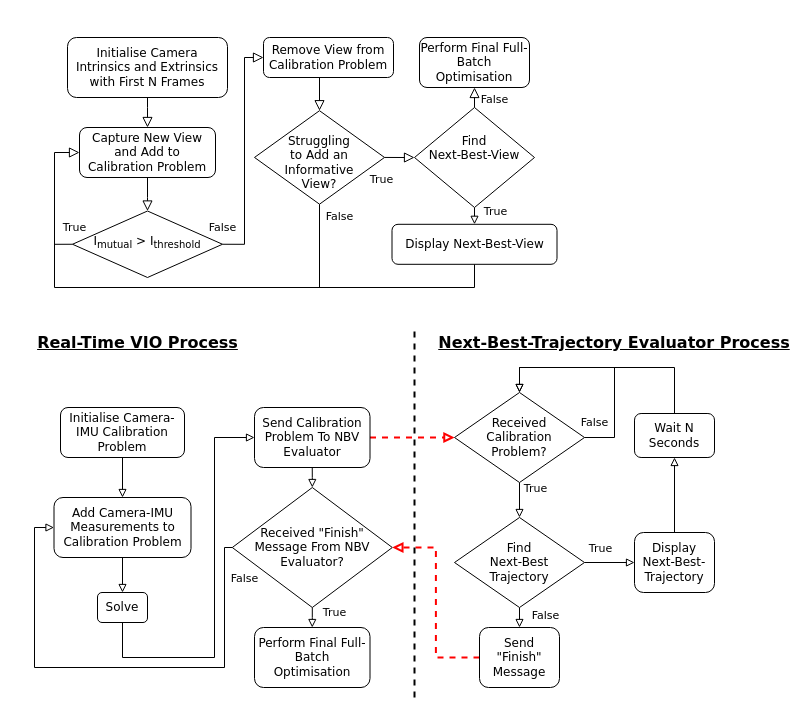
This is page "Page-1" (1 of 2) of docs/yac_pipeline.drawio from chutsu/yac, a draw.io file, before an edit. Source tidied: cells renumbered, new cells numbered last; positions are measured from the earlier drawing's top-left corner, leaving out a move shared by most shapes. Both pictures are drawn from the tidied source at 100%, with x=0, y=0 at pixel (34, 37).
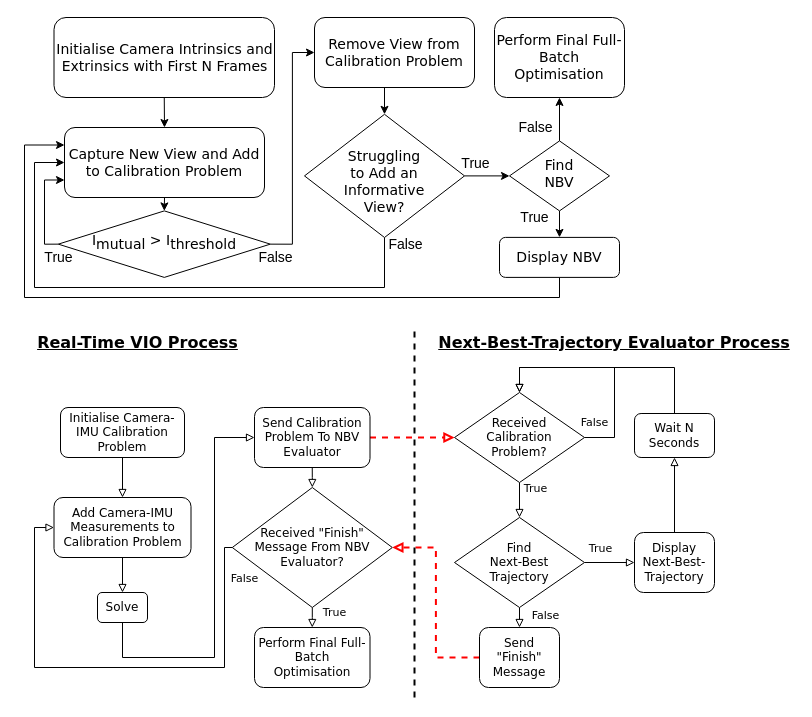
The same diagram, later.

What changed in the source:
```diff
@@
+    <mxCell id="14" style="edgeStyle=orthogonalEdgeStyle;rounded=0;jettySize=auto;html=1;exitX=0.5;exitY=1;exitDx=0;exitDy=0;entryX=0.5;entryY=0;entryDx=0;entryDy=0;strokeColor=#000000;strokeWidth=1;fontSize=14;endArrow=classic;endFill=1;" parent="1" edge="1" source="2" target="7">
+      <mxGeometry relative="1" as="geometry" />
+    </mxCell>
-    <mxCell id="2" value="&lt;font face=&quot;Verdana&quot;&gt;Initialise Camera Intrinsics and Extrinsics with First N Frames&lt;/font&gt;" style="rounded=1;whiteSpace=wrap;html=1;fontSize=12;glass=0;strokeWidth=1;shadow=0;" parent="1" vertex="1">
-      <mxGeometry x="33" width="160" height="60" as="geometry" />
+    <mxCell id="2" value="&lt;font style=&quot;font-size: 14px;&quot; face=&quot;Verdana&quot;&gt;Initialise Camera Intrinsics and Extrinsics with First N Frames&lt;/font&gt;" style="rounded=1;whiteSpace=wrap;html=1;fontSize=14;glass=0;strokeWidth=1;shadow=0;" parent="1" vertex="1">
+      <mxGeometry x="19.5" y="-20" width="220.5" height="80" as="geometry" />
     </mxCell>
+    <mxCell id="13" style="edgeStyle=orthogonalEdgeStyle;rounded=0;jettySize=auto;html=1;exitX=0;exitY=0.5;exitDx=0;exitDy=0;entryX=0;entryY=0.75;entryDx=0;entryDy=0;strokeColor=#000000;strokeWidth=1;fontSize=14;endArrow=classic;endFill=1;" parent="1" edge="1" source="4" target="7">
+      <mxGeometry relative="1" as="geometry">
+        <Array as="points">
+          <mxPoint x="10" y="207" />
+          <mxPoint x="10" y="143" />
+        </Array>
+      </mxGeometry>
+    </mxCell>
+    <mxCell id="56" value="False" style="edgeLabel;html=1;align=center;verticalAlign=middle;fontSize=14;" parent="13" vertex="1">
+      <mxGeometry x="-0.45" y="1" relative="1" as="geometry">
+        <mxPoint x="231" y="26" as="offset" />
+      </mxGeometry>
+    </mxCell>
-    <mxCell id="3" value="&lt;font face=&quot;Verdana&quot;&gt;False&lt;/font&gt;" style="edgeStyle=orthogonalEdgeStyle;rounded=0;html=1;jettySize=auto;fontSize=11;endArrow=block;endFill=0;endSize=8;strokeWidth=1;shadow=0;labelBackgroundColor=none;exitX=1;exitY=0.5;exitDx=0;exitDy=0;entryX=0;entryY=0.5;entryDx=0;entryDy=0;" parent="1" edge="1" source="4" target="5">
-      <mxGeometry x="-1" y="17" relative="1" as="geometry">
-        <Array as="points">
-          <mxPoint x="210" y="207" />
-          <mxPoint x="210" y="20" />
-        </Array>
-      </mxGeometry>
+    <mxCell id="3" style="edgeStyle=orthogonalEdgeStyle;rounded=0;jettySize=auto;html=1;exitX=1;exitY=0.5;exitDx=0;exitDy=0;entryX=0;entryY=0.5;entryDx=0;entryDy=0;strokeColor=#000000;strokeWidth=1;fontSize=14;endArrow=classic;endFill=1;" parent="1" edge="1" source="4" target="5">
+      <mxGeometry relative="1" as="geometry" />
     </mxCell>
+    <mxCell id="57" value="True" style="edgeLabel;html=1;align=center;verticalAlign=middle;fontSize=14;" parent="3" vertex="1">
+      <mxGeometry x="-0.63" y="1" relative="1" as="geometry">
+        <mxPoint x="-233" y="35" as="offset" />
+      </mxGeometry>
+    </mxCell>
-    <mxCell id="4" value="&lt;div&gt;&lt;font face=&quot;Verdana&quot;&gt;I&lt;sub&gt;mutual&lt;/sub&gt; &amp;gt; I&lt;sub&gt;threshold&lt;/sub&gt;&lt;/font&gt;&lt;/div&gt;" style="rhombus;whiteSpace=wrap;html=1;shadow=0;fontFamily=Helvetica;fontSize=12;align=center;strokeWidth=1;spacing=6;spacingTop=-4;" parent="1" vertex="1">
-      <mxGeometry x="38" y="173.5" width="150" height="66.5" as="geometry" />
+    <mxCell id="4" value="&lt;div style=&quot;font-size: 14px;&quot;&gt;&lt;font style=&quot;font-size: 14px;&quot; face=&quot;Verdana&quot;&gt;I&lt;sub style=&quot;font-size: 14px;&quot;&gt;mutual&lt;/sub&gt; &amp;gt; I&lt;sub style=&quot;font-size: 14px;&quot;&gt;threshold&lt;/sub&gt;&lt;/font&gt;&lt;/div&gt;" style="rhombus;whiteSpace=wrap;html=1;shadow=0;fontFamily=Helvetica;fontSize=14;align=center;strokeWidth=1;spacing=6;spacingTop=-4;" parent="1" vertex="1">
+      <mxGeometry x="23.8" y="173.4" width="212" height="66.5" as="geometry" />
     </mxCell>
+    <mxCell id="16" style="edgeStyle=orthogonalEdgeStyle;rounded=0;jettySize=auto;html=1;exitX=0.5;exitY=1;exitDx=0;exitDy=0;entryX=0.5;entryY=0;entryDx=0;entryDy=0;strokeColor=#000000;strokeWidth=1;fontSize=14;endArrow=classic;endFill=1;" parent="1" edge="1" source="5" target="18">
+      <mxGeometry relative="1" as="geometry" />
+    </mxCell>
-    <mxCell id="5" value="&lt;font face=&quot;Verdana&quot;&gt;Remove View from Calibration Problem&lt;/font&gt;" style="rounded=1;whiteSpace=wrap;html=1;fontSize=12;glass=0;strokeWidth=1;shadow=0;" parent="1" vertex="1">
-      <mxGeometry x="229" width="130" height="40" as="geometry" />
+    <mxCell id="5" value="&lt;font style=&quot;font-size: 14px;&quot; face=&quot;Verdana&quot;&gt;Remove View from Calibration Problem&lt;/font&gt;" style="rounded=1;whiteSpace=wrap;html=1;fontSize=14;glass=0;strokeWidth=1;shadow=0;" parent="1" vertex="1">
+      <mxGeometry x="280" y="-20" width="160" height="70" as="geometry" />
     </mxCell>
-    <mxCell id="6" value="Perform Final Full-Batch Optimisation" style="rounded=1;whiteSpace=wrap;html=1;fontSize=12;glass=0;strokeWidth=1;shadow=0;fontFamily=Verdana;" parent="1" vertex="1">
-      <mxGeometry x="385" width="110" height="50" as="geometry" />
+    <mxCell id="6" value="Perform Final Full-Batch Optimisation" style="rounded=1;whiteSpace=wrap;html=1;fontSize=14;glass=0;strokeWidth=1;shadow=0;fontFamily=Verdana;" parent="1" vertex="1">
+      <mxGeometry x="460" y="-20" width="130" height="80" as="geometry" />
     </mxCell>
+    <mxCell id="15" style="edgeStyle=orthogonalEdgeStyle;rounded=0;jettySize=auto;html=1;exitX=0.5;exitY=1;exitDx=0;exitDy=0;entryX=0.5;entryY=0;entryDx=0;entryDy=0;strokeColor=#000000;strokeWidth=1;fontSize=14;endArrow=classic;endFill=1;" parent="1" edge="1" source="7" target="4">
+      <mxGeometry relative="1" as="geometry" />
+    </mxCell>
-    <mxCell id="7" value="&lt;font face=&quot;Verdana&quot;&gt;Capture New View and Add to Calibration Problem&lt;/font&gt;" style="rounded=1;whiteSpace=wrap;html=1;fontSize=12;glass=0;strokeWidth=1;shadow=0;" parent="1" vertex="1">
-      <mxGeometry x="45" y="90" width="136" height="50" as="geometry" />
+    <mxCell id="7" value="&lt;font style=&quot;font-size: 14px;&quot; face=&quot;Verdana&quot;&gt;Capture New View and Add to Calibration Problem&lt;/font&gt;" style="rounded=1;whiteSpace=wrap;html=1;fontSize=14;glass=0;strokeWidth=1;shadow=0;" parent="1" vertex="1">
+      <mxGeometry x="30" y="90" width="200" height="70" as="geometry" />
     </mxCell>
-    <mxCell id="8" style="edgeStyle=orthogonalEdgeStyle;rounded=0;jettySize=auto;html=1;exitX=0.5;exitY=1;exitDx=0;exitDy=0;fontFamily=Verdana;endArrow=none;endFill=0;" parent="1" edge="1" source="9">
-      <mxGeometry relative="1" as="geometry">
-        <mxPoint x="270" y="250" as="targetPoint" />
-        <Array as="points">
-          <mxPoint x="440" y="250" />
-        </Array>
-      </mxGeometry>
-    </mxCell>
+    <mxCell id="58" style="edgeStyle=orthogonalEdgeStyle;rounded=0;jettySize=auto;html=1;exitX=0.5;exitY=1;exitDx=0;exitDy=0;strokeColor=#000000;strokeWidth=1;fontSize=14;endArrow=classic;endFill=1;entryX=0;entryY=0.25;entryDx=0;entryDy=0;" parent="1" edge="1" source="9" target="7">
+      <mxGeometry relative="1" as="geometry">
+        <Array as="points">
+          <mxPoint x="525" y="260" />
+          <mxPoint x="-10" y="260" />
+          <mxPoint x="-10" y="108" />
+        </Array>
+      </mxGeometry>
+    </mxCell>
-    <mxCell id="9" value="Display Next-Best-View" style="rounded=1;whiteSpace=wrap;html=1;fontSize=12;glass=0;strokeWidth=1;shadow=0;fontFamily=Verdana;" parent="1" vertex="1">
-      <mxGeometry x="357.5" y="186.8" width="165" height="40" as="geometry" />
+    <mxCell id="9" value="Display NBV" style="rounded=1;whiteSpace=wrap;html=1;fontSize=14;glass=0;strokeWidth=1;shadow=0;fontFamily=Verdana;" parent="1" vertex="1">
+      <mxGeometry x="465" y="199.9" width="120" height="40" as="geometry" />
     </mxCell>
+    <mxCell id="17" style="edgeStyle=orthogonalEdgeStyle;rounded=0;jettySize=auto;html=1;exitX=0.5;exitY=0;exitDx=0;exitDy=0;entryX=0.5;entryY=1;entryDx=0;entryDy=0;strokeColor=#000000;strokeWidth=1;fontSize=14;endArrow=classic;endFill=1;" parent="1" edge="1" source="12" target="6">
+      <mxGeometry relative="1" as="geometry" />
+    </mxCell>
+    <mxCell id="59" value="False" style="edgeLabel;html=1;align=center;verticalAlign=middle;fontSize=14;" parent="17" vertex="1">
+      <mxGeometry x="0.74" y="-3" relative="1" as="geometry">
+        <mxPoint x="-28" y="24" as="offset" />
+      </mxGeometry>
+    </mxCell>
-    <mxCell id="10" style="edgeStyle=orthogonalEdgeStyle;rounded=0;jettySize=auto;html=1;exitX=0.5;exitY=1;exitDx=0;exitDy=0;fontFamily=Verdana;endArrow=block;endFill=0;entryX=0.5;entryY=0;entryDx=0;entryDy=0;" parent="1" edge="1" source="12" target="9">
+    <mxCell id="10" style="edgeStyle=orthogonalEdgeStyle;rounded=0;jettySize=auto;html=1;exitX=0.5;exitY=1;exitDx=0;exitDy=0;entryX=0.5;entryY=0;entryDx=0;entryDy=0;strokeColor=#000000;strokeWidth=1;fontSize=14;endArrow=classic;endFill=1;" parent="1" edge="1" source="12" target="9">
       <mxGeometry relative="1" as="geometry" />
     </mxCell>
-    <mxCell id="11" value="True" style="edgeLabel;html=1;align=center;verticalAlign=middle;fontFamily=Verdana;" parent="10" vertex="1">
-      <mxGeometry x="-0.39" relative="1" as="geometry">
-        <mxPoint x="20" y="-2" as="offset" />
-      </mxGeometry>
-    </mxCell>
-    <mxCell id="12" value="&lt;div&gt;Find &lt;br&gt;&lt;/div&gt;&lt;div&gt;Next-Best-View&lt;/div&gt;&lt;div&gt;&lt;br&gt;&lt;/div&gt;" style="rhombus;whiteSpace=wrap;html=1;shadow=0;fontFamily=Verdana;fontSize=12;align=center;strokeWidth=1;spacing=6;spacingTop=-4;" parent="1" vertex="1">
-      <mxGeometry x="380" y="70" width="120" height="100" as="geometry" />
+    <mxCell id="12" value="&lt;div&gt;&lt;br&gt;&lt;/div&gt;&lt;div style=&quot;font-size: 14px;&quot;&gt;Find &lt;br style=&quot;font-size: 14px;&quot;&gt;&lt;/div&gt;&lt;div style=&quot;font-size: 14px;&quot;&gt;NBV&lt;/div&gt;&lt;div style=&quot;font-size: 14px;&quot;&gt;&lt;br style=&quot;font-size: 14px;&quot;&gt;&lt;/div&gt;" style="rhombus;whiteSpace=wrap;html=1;shadow=0;fontFamily=Verdana;fontSize=14;align=center;strokeWidth=1;spacing=6;spacingTop=-4;" parent="1" vertex="1">
+      <mxGeometry x="475" y="103.4" width="100" height="70" as="geometry" />
     </mxCell>
-    <mxCell id="13" value="&lt;font face=&quot;Verdana&quot;&gt;True&lt;/font&gt;" style="edgeStyle=orthogonalEdgeStyle;rounded=0;html=1;jettySize=auto;fontSize=11;endArrow=block;endFill=0;endSize=8;strokeWidth=1;shadow=0;labelBackgroundColor=none;entryX=0;entryY=0.5;entryDx=0;entryDy=0;exitX=0;exitY=0.5;exitDx=0;exitDy=0;" parent="1" edge="1" source="4" target="7">
-      <mxGeometry x="-1" y="-17" relative="1" as="geometry">
-        <Array as="points">
-          <mxPoint x="20" y="207" />
-          <mxPoint x="20" y="115" />
-        </Array>
-        <mxPoint x="2" as="offset" />
-      </mxGeometry>
-    </mxCell>
-    <mxCell id="14" style="edgeStyle=orthogonalEdgeStyle;rounded=0;html=1;jettySize=auto;fontSize=11;endArrow=block;endFill=0;endSize=8;strokeWidth=1;shadow=0;labelBackgroundColor=none;entryX=0.5;entryY=0;entryDx=0;entryDy=0;exitX=0.5;exitY=1;exitDx=0;exitDy=0;" parent="1" edge="1" source="2" target="7">
-      <mxGeometry x="-0.39" y="-22" relative="1" as="geometry">
-        <Array as="points">
-          <mxPoint x="113" y="70" />
-          <mxPoint x="113" y="70" />
-        </Array>
-        <mxPoint x="-20" y="-12" as="offset" />
-      </mxGeometry>
-    </mxCell>
-    <mxCell id="15" style="edgeStyle=orthogonalEdgeStyle;rounded=0;html=1;jettySize=auto;fontSize=11;endArrow=block;endFill=0;endSize=8;strokeWidth=1;shadow=0;labelBackgroundColor=none;entryX=0.5;entryY=0;entryDx=0;entryDy=0;exitX=0.5;exitY=1;exitDx=0;exitDy=0;" parent="1" edge="1" source="7" target="4">
-      <mxGeometry x="-0.39" y="-22" relative="1" as="geometry">
-        <Array as="points">
-          <mxPoint x="113" y="160" />
-          <mxPoint x="113" y="160" />
-        </Array>
-        <mxPoint x="-20" y="-12" as="offset" />
-      </mxGeometry>
-    </mxCell>
-    <mxCell id="16" style="edgeStyle=orthogonalEdgeStyle;rounded=0;html=1;jettySize=auto;fontSize=11;endArrow=block;endFill=0;endSize=8;strokeWidth=1;shadow=0;labelBackgroundColor=none;exitX=0.5;exitY=1;exitDx=0;exitDy=0;" parent="1" edge="1" source="5" target="18">
-      <mxGeometry x="-0.39" y="-22" relative="1" as="geometry">
-        <Array as="points">
-          <mxPoint x="285" y="40" />
-        </Array>
-        <mxPoint x="-20" y="-12" as="offset" />
-      </mxGeometry>
-    </mxCell>
-    <mxCell id="17" value="&lt;font face=&quot;Verdana&quot;&gt;False&lt;/font&gt;" style="edgeStyle=orthogonalEdgeStyle;rounded=0;html=1;jettySize=auto;fontSize=11;endArrow=block;endFill=0;endSize=8;strokeWidth=1;shadow=0;labelBackgroundColor=none;exitX=0.5;exitY=0;exitDx=0;exitDy=0;entryX=0.5;entryY=1;entryDx=0;entryDy=0;" parent="1" edge="1" source="12" target="6">
-      <mxGeometry x="-0.2" y="-20" relative="1" as="geometry">
-        <Array as="points">
-          <mxPoint x="440" y="60" />
-          <mxPoint x="440" y="60" />
-        </Array>
-      </mxGeometry>
-    </mxCell>
+    <mxCell id="60" style="edgeStyle=orthogonalEdgeStyle;rounded=0;jettySize=auto;html=1;exitX=0.5;exitY=1;exitDx=0;exitDy=0;entryX=0;entryY=0.5;entryDx=0;entryDy=0;strokeColor=#000000;strokeWidth=1;fontSize=14;endArrow=classic;endFill=1;" parent="1" edge="1" source="18" target="7">
+      <mxGeometry relative="1" as="geometry">
+        <Array as="points">
+          <mxPoint x="350" y="250" />
+          <mxPoint y="250" />
+          <mxPoint y="125" />
+        </Array>
+      </mxGeometry>
+    </mxCell>
+    <mxCell id="61" value="False" style="edgeLabel;html=1;align=center;verticalAlign=middle;fontSize=14;" parent="60" vertex="1">
+      <mxGeometry x="-0.94" y="-1" relative="1" as="geometry">
+        <mxPoint x="21" y="-11" as="offset" />
+      </mxGeometry>
+    </mxCell>
+    <mxCell id="20" style="edgeStyle=orthogonalEdgeStyle;rounded=0;jettySize=auto;html=1;exitX=1;exitY=0.5;exitDx=0;exitDy=0;entryX=0;entryY=0.5;entryDx=0;entryDy=0;strokeColor=#000000;strokeWidth=1;fontSize=14;endArrow=classic;endFill=1;" parent="1" edge="1" source="18" target="12">
+      <mxGeometry relative="1" as="geometry" />
+    </mxCell>
+    <mxCell id="62" value="True" style="edgeLabel;html=1;align=center;verticalAlign=middle;fontSize=14;" parent="20" vertex="1">
+      <mxGeometry x="-0.31" y="-2" relative="1" as="geometry">
+        <mxPoint x="-6" y="-15" as="offset" />
+      </mxGeometry>
+    </mxCell>
-    <mxCell id="18" value="&lt;div&gt;&lt;br&gt;&lt;/div&gt;&lt;div&gt;Struggling &lt;br&gt;&lt;/div&gt;&lt;div&gt;to Add an &lt;br&gt;&lt;/div&gt;&lt;div&gt;Informative &lt;br&gt;&lt;/div&gt;&lt;div&gt;View?&lt;/div&gt;" style="rhombus;whiteSpace=wrap;html=1;shadow=0;fontFamily=Verdana;fontSize=12;align=center;strokeWidth=1;spacing=6;spacingTop=-4;" parent="1" vertex="1">
-      <mxGeometry x="220" y="73.2" width="130" height="93.5" as="geometry" />
+    <mxCell id="18" value="&lt;div style=&quot;font-size: 14px;&quot;&gt;&lt;br style=&quot;font-size: 14px;&quot;&gt;&lt;/div&gt;&lt;div style=&quot;font-size: 14px;&quot;&gt;Struggling &lt;br style=&quot;font-size: 14px;&quot;&gt;&lt;/div&gt;&lt;div style=&quot;font-size: 14px;&quot;&gt;to Add an &lt;br style=&quot;font-size: 14px;&quot;&gt;&lt;/div&gt;&lt;div style=&quot;font-size: 14px;&quot;&gt;Informative &lt;br style=&quot;font-size: 14px;&quot;&gt;&lt;/div&gt;&lt;div style=&quot;font-size: 14px;&quot;&gt;View?&lt;/div&gt;" style="rhombus;whiteSpace=wrap;html=1;shadow=0;fontFamily=Verdana;fontSize=14;align=center;strokeWidth=1;spacing=6;spacingTop=-4;" parent="1" vertex="1">
+      <mxGeometry x="270" y="76.8" width="160" height="123.2" as="geometry" />
     </mxCell>
-    <mxCell id="19" value="&lt;font face=&quot;Verdana&quot;&gt;False&lt;/font&gt;" style="edgeStyle=orthogonalEdgeStyle;rounded=0;html=1;jettySize=auto;fontSize=11;endArrow=none;endFill=0;endSize=8;strokeWidth=1;shadow=0;labelBackgroundColor=none;exitX=0.5;exitY=1;exitDx=0;exitDy=0;" parent="1" edge="1" source="18">
-      <mxGeometry x="-0.94" y="20" relative="1" as="geometry">
-        <mxPoint x="20" y="200" as="targetPoint" />
-        <Array as="points">
-          <mxPoint x="285" y="250" />
-          <mxPoint x="20" y="250" />
-        </Array>
-      </mxGeometry>
-    </mxCell>
-    <mxCell id="20" style="edgeStyle=orthogonalEdgeStyle;rounded=0;html=1;jettySize=auto;fontSize=11;endArrow=block;endFill=0;endSize=8;strokeWidth=1;shadow=0;labelBackgroundColor=none;exitX=1;exitY=0.5;exitDx=0;exitDy=0;entryX=0;entryY=0.5;entryDx=0;entryDy=0;" parent="1" edge="1" source="18" target="12">
-      <mxGeometry x="-0.39" y="-22" relative="1" as="geometry">
-        <Array as="points">
-          <mxPoint x="370" y="120" />
-          <mxPoint x="370" y="120" />
-        </Array>
-        <mxPoint x="-20" y="-12" as="offset" />
-      </mxGeometry>
-    </mxCell>
-    <mxCell id="21" value="True" style="edgeLabel;html=1;align=center;verticalAlign=middle;fontFamily=Verdana;" parent="20" vertex="1">
-      <mxGeometry x="0.11" relative="1" as="geometry">
-        <mxPoint x="-20" y="22" as="offset" />
-      </mxGeometry>
-    </mxCell>
@@
+    <mxCell id="63" value="&lt;div&gt;True&lt;/div&gt;&lt;div&gt;&lt;br&gt;&lt;/div&gt;" style="text;html=1;align=center;verticalAlign=middle;strokeColor=none;fillColor=none;fontSize=14;" parent="1" vertex="1">
+      <mxGeometry x="475" y="163.4" width="50" height="50" as="geometry" />
+    </mxCell>
```
